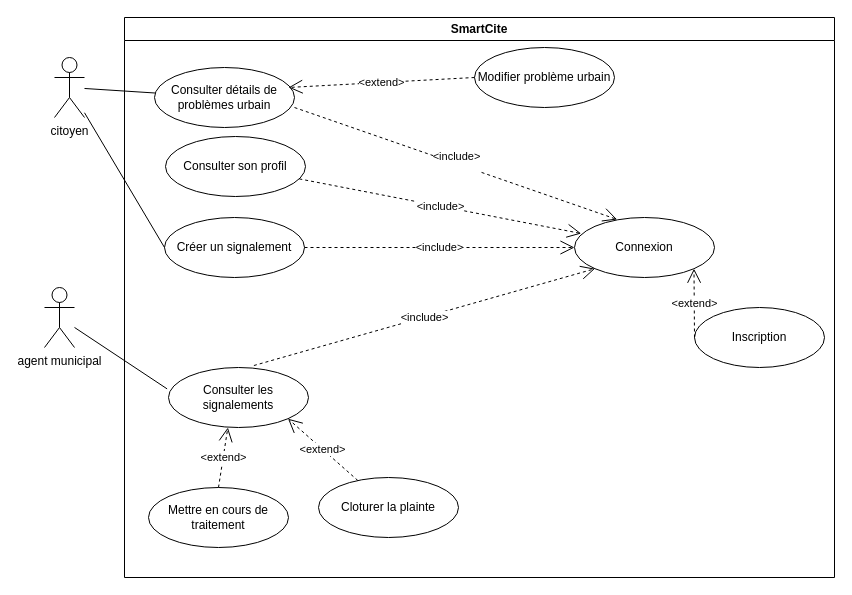
Before: diagrams/smartCite_Diagram.drawio in VYoungui/SmartCite, a draw.io diagram. Source tidied: cells renumbered, new cells numbered last; positions are measured from the earlier drawing's top-left corner, leaving out a move shared by most shapes. Both pictures are drawn from the tidied source at 100%, with x=0, y=0 at pixel (44, 17).
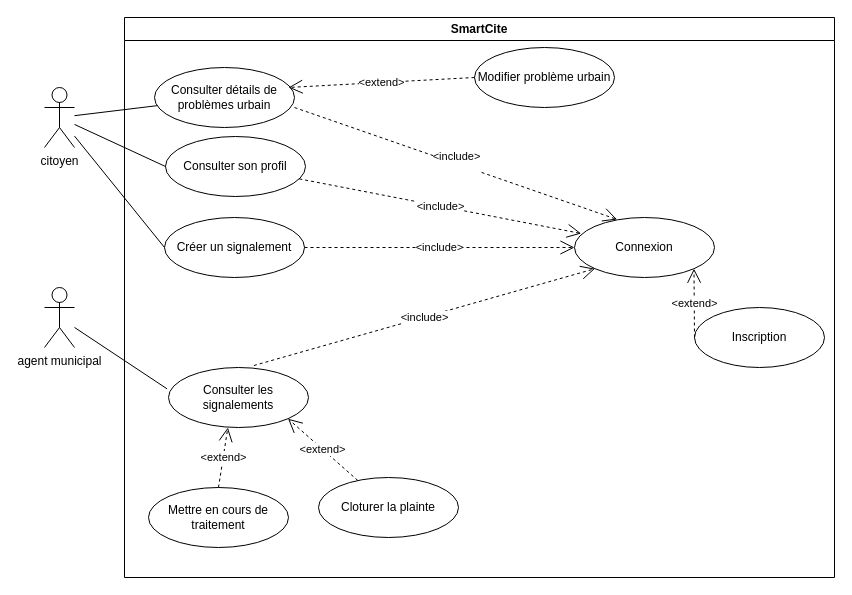
Above is the later version.

Commit message:
Mettre à jour smartCite_Diagram.drawio

The change refers to these unchanged cells:
```xml
<mxCell id="19" value="Consulter son profil" style="ellipse;whiteSpace=wrap;html=1;" parent="2" vertex="1">
  <mxGeometry x="41" y="119" width="140" height="60" as="geometry" />
</mxCell>
```

Diff of the diagram source:
```diff
@@
     <mxCell id="20" value="citoyen&lt;div&gt;&lt;br&gt;&lt;/div&gt;" style="shape=umlActor;verticalLabelPosition=bottom;verticalAlign=top;html=1;outlineConnect=0;" parent="1" vertex="1">
-      <mxGeometry x="10" y="40" width="30" height="60" as="geometry" />
+      <mxGeometry y="70" width="30" height="60" as="geometry" />
     </mxCell>
@@
+    <mxCell id="25" style="endArrow=none;html=1;rounded=0;entryX=0;entryY=0.5;entryDx=0;entryDy=0;" parent="1" edge="1" source="20" target="19">
+      <mxGeometry relative="1" as="geometry" />
+    </mxCell>
```
